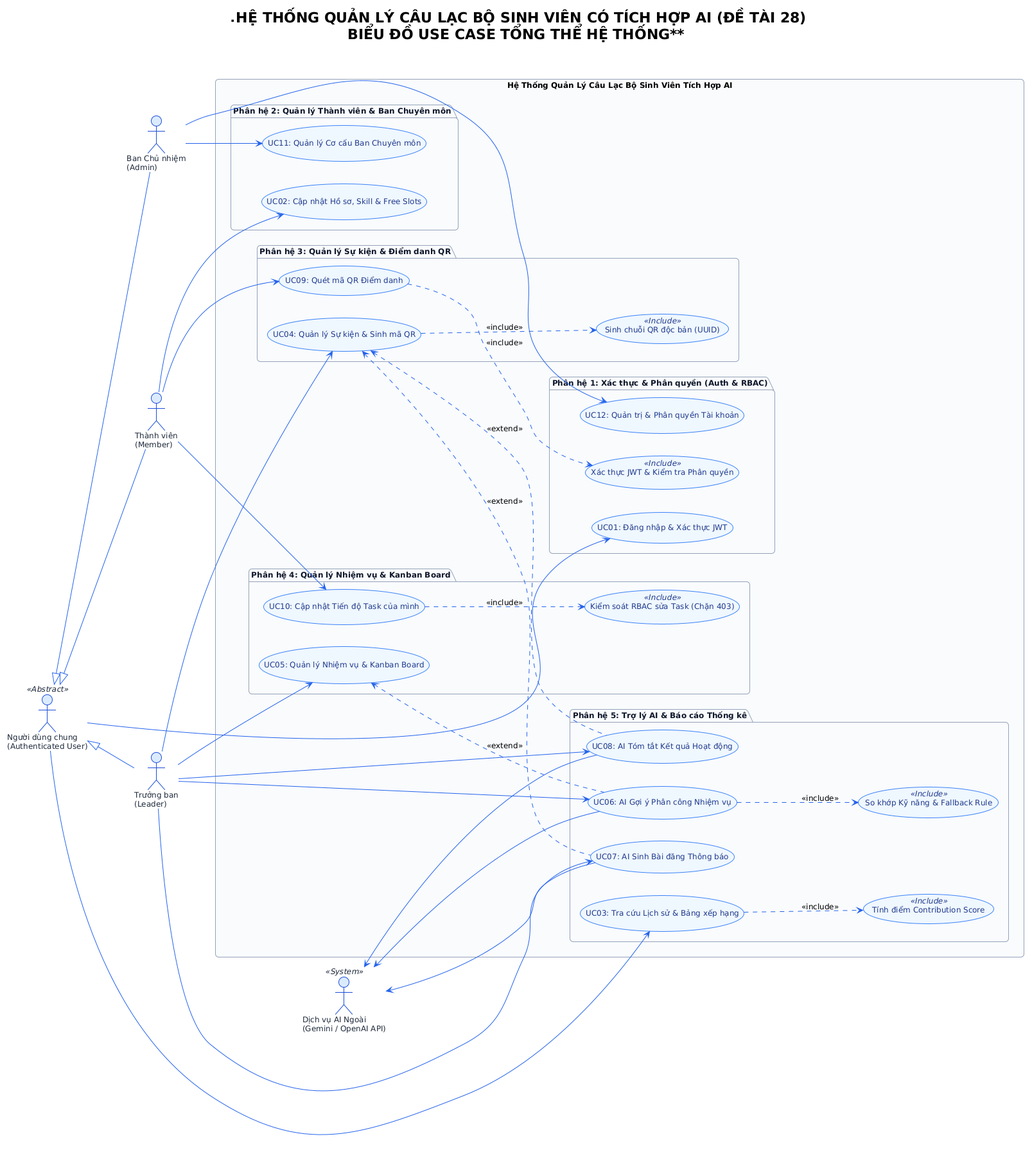
Earlier version of the PlantUML export images/usecase_overall.png (nda2801/Student_Club_Management). Its source is kept beside it as docs/plantuml/usecase_overall.puml. The source it was exported from:
```plantuml
@startuml usecase_overall
!theme plain
skinparam backgroundColor #FFFFFF
skinparam shadowing false
skinparam roundcorner 10
skinparam defaultFontName "Segoe UI"
skinparam defaultFontSize 12

skinparam package {
    BackgroundColor #F8FAFC
    BorderColor #94A3B8
    FontColor #0F172A
    FontStyle bold
}

skinparam usecase {
    BackgroundColor #EFF6FF
    BorderColor #3B82F6
    FontColor #1E3A8A
    ArrowColor #2563EB
}

skinparam actor {
    BackgroundColor #DBEAFE
    BorderColor #1D4ED8
    FontColor #1E293B
}

left to right direction
title **HỆ THỐNG QUẢN LÝ CÂU LẠC BỘ SINH VIÊN CÓ TÍCH HỢP AI (ĐỀ TÀI 28)\nBIỂU ĐỒ USE CASE TỔNG THỂ HỆ THỐNG**

actor "Người dùng chung\n(Authenticated User)" as User <<Abstract>>
actor "Ban Chủ nhiệm\n(Admin)" as Admin
actor "Trưởng ban\n(Leader)" as Leader
actor "Thành viên\n(Member)" as Member
actor "Dịch vụ AI Ngoài\n(Gemini / OpenAI API)" as AIService <<System>>

Admin -up-|> User
Leader -up-|> User
Member -up-|> User

rectangle "Hệ Thống Quản Lý Câu Lạc Bộ Sinh Viên Tích Hợp AI" {

    package "Phân hệ 1: Xác thực & Phân quyền (Auth & RBAC)" {
        usecase "UC01: Đăng nhập & Xác thực JWT" as UC01
        usecase "UC12: Quản trị & Phân quyền Tài khoản" as UC12
        usecase "Xác thực JWT & Kiểm tra Phân quyền" as UC_Auth <<Include>>
    }

    package "Phân hệ 2: Quản lý Thành viên & Ban Chuyên môn" {
        usecase "UC02: Cập nhật Hồ sơ, Skill & Free Slots" as UC02
        usecase "UC11: Quản lý Cơ cấu Ban Chuyên môn" as UC11
    }

    package "Phân hệ 3: Quản lý Sự kiện & Điểm danh QR" {
        usecase "UC04: Quản lý Sự kiện & Sinh mã QR" as UC04
        usecase "UC09: Quét mã QR Điểm danh" as UC09
        usecase "Sinh chuỗi QR độc bản (UUID)" as UC_GenQR <<Include>>
    }

    package "Phân hệ 4: Quản lý Nhiệm vụ & Kanban Board" {
        usecase "UC05: Quản lý Nhiệm vụ & Kanban Board" as UC05
        usecase "UC10: Cập nhật Tiến độ Task của mình" as UC10
        usecase "Kiểm soát RBAC sửa Task (Chặn 403)" as UC_RBAC <<Include>>
    }

    package "Phân hệ 5: Trợ lý AI & Báo cáo Thống kê" {
        usecase "UC06: AI Gợi ý Phân công Nhiệm vụ" as UC06
        usecase "UC07: AI Sinh Bài đăng Thông báo" as UC07
        usecase "UC08: AI Tóm tắt Kết quả Hoạt động" as UC08
        usecase "UC03: Tra cứu Lịch sử & Bảng xếp hạng" as UC03
        usecase "So khớp Kỹ năng & Fallback Rule" as UC_Match <<Include>>
        usecase "Tính điểm Contribution Score" as UC_Score <<Include>>
    }
}


User --> UC01
User --> UC03

Member --> UC02
Member --> UC09
Member --> UC10

Leader --> UC04
Leader --> UC05
Leader --> UC06
Leader --> UC07
Leader --> UC08

Admin --> UC11
Admin --> UC12

UC04 ..> UC_GenQR : <<include>>
UC09 ..> UC_Auth : <<include>>
UC10 ..> UC_RBAC : <<include>>
UC06 ..> UC_Match : <<include>>
UC03 ..> UC_Score : <<include>>

UC05 <.. UC06 : <<extend>>
UC04 <.. UC07 : <<extend>>
UC04 <.. UC08 : <<extend>>

AIService <-- UC06
AIService <-- UC07
AIService <-- UC08

@enduml
```
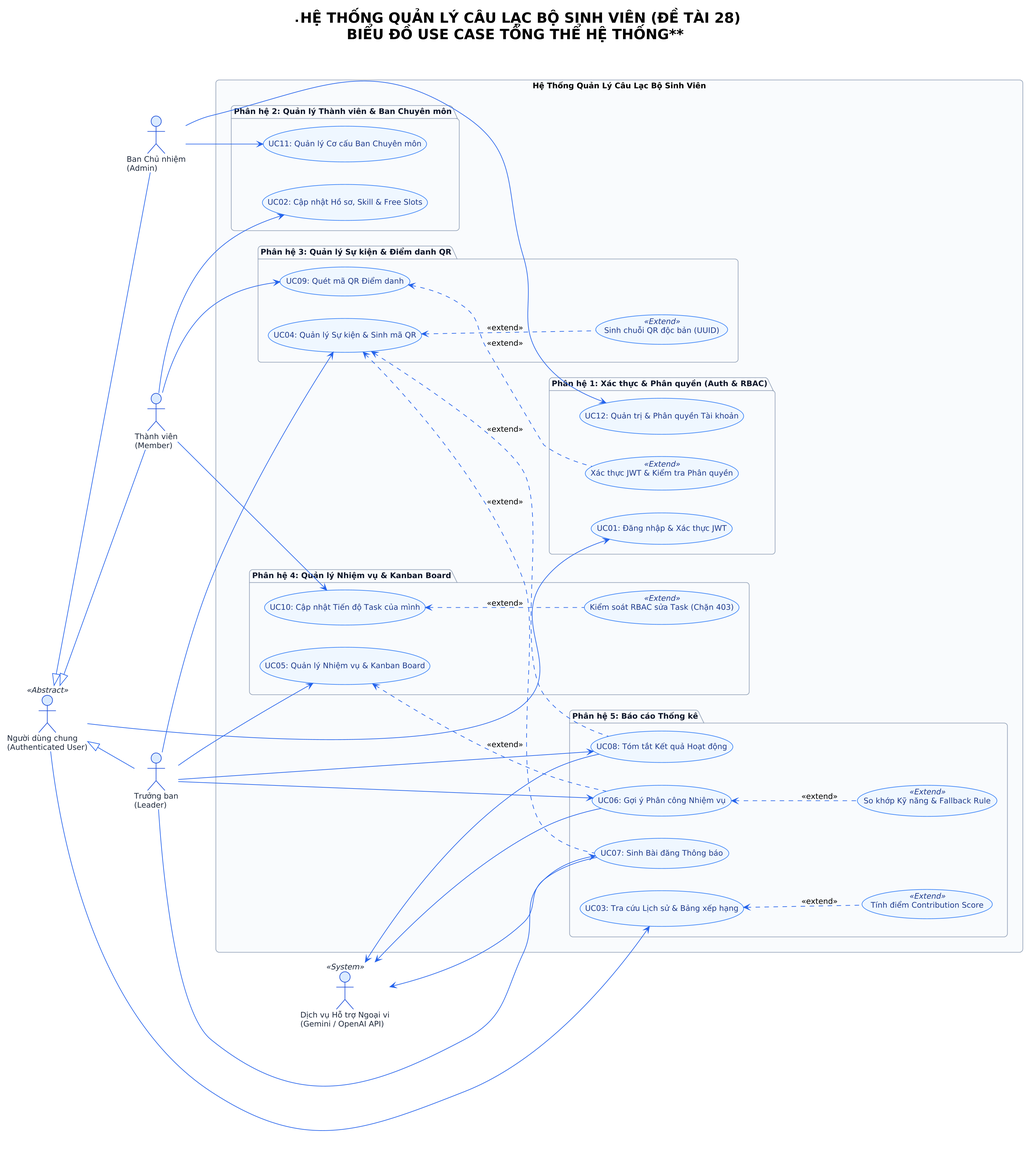
Later version of the same file.

Diff of the diagram source:
```diff
@@ -5,6 +5,7 @@
 skinparam roundcorner 10
 skinparam defaultFontName "Segoe UI"
 skinparam defaultFontSize 12
+skinparam dpi 200
 
 skinparam package {
     BackgroundColor #F8FAFC
@@ -27,24 +28,24 @@
 }
 
 left to right direction
-title **HỆ THỐNG QUẢN LÝ CÂU LẠC BỘ SINH VIÊN CÓ TÍCH HỢP AI (ĐỀ TÀI 28)\nBIỂU ĐỒ USE CASE TỔNG THỂ HỆ THỐNG**
+title **HỆ THỐNG QUẢN LÝ CÂU LẠC BỘ SINH VIÊN (ĐỀ TÀI 28)\nBIỂU ĐỒ USE CASE TỔNG THỂ HỆ THỐNG**
 
 actor "Người dùng chung\n(Authenticated User)" as User <<Abstract>>
 actor "Ban Chủ nhiệm\n(Admin)" as Admin
 actor "Trưởng ban\n(Leader)" as Leader
 actor "Thành viên\n(Member)" as Member
-actor "Dịch vụ AI Ngoài\n(Gemini / OpenAI API)" as AIService <<System>>
+actor "Dịch vụ Hỗ trợ Ngoại vi\n(Gemini / OpenAI API)" as AIService <<System>>
 
 Admin -up-|> User
 Leader -up-|> User
 Member -up-|> User
 
-rectangle "Hệ Thống Quản Lý Câu Lạc Bộ Sinh Viên Tích Hợp AI" {
+rectangle "Hệ Thống Quản Lý Câu Lạc Bộ Sinh Viên" {
 
     package "Phân hệ 1: Xác thực & Phân quyền (Auth & RBAC)" {
         usecase "UC01: Đăng nhập & Xác thực JWT" as UC01
         usecase "UC12: Quản trị & Phân quyền Tài khoản" as UC12
-        usecase "Xác thực JWT & Kiểm tra Phân quyền" as UC_Auth <<Include>>
+        usecase "Xác thực JWT & Kiểm tra Phân quyền" as UC_Auth <<Extend>>
     }
 
     package "Phân hệ 2: Quản lý Thành viên & Ban Chuyên môn" {
@@ -55,22 +56,22 @@
     package "Phân hệ 3: Quản lý Sự kiện & Điểm danh QR" {
         usecase "UC04: Quản lý Sự kiện & Sinh mã QR" as UC04
         usecase "UC09: Quét mã QR Điểm danh" as UC09
-        usecase "Sinh chuỗi QR độc bản (UUID)" as UC_GenQR <<Include>>
+        usecase "Sinh chuỗi QR độc bản (UUID)" as UC_GenQR <<Extend>>
     }
 
     package "Phân hệ 4: Quản lý Nhiệm vụ & Kanban Board" {
         usecase "UC05: Quản lý Nhiệm vụ & Kanban Board" as UC05
         usecase "UC10: Cập nhật Tiến độ Task của mình" as UC10
-        usecase "Kiểm soát RBAC sửa Task (Chặn 403)" as UC_RBAC <<Include>>
+        usecase "Kiểm soát RBAC sửa Task (Chặn 403)" as UC_RBAC <<Extend>>
     }
 
-    package "Phân hệ 5: Trợ lý AI & Báo cáo Thống kê" {
-        usecase "UC06: AI Gợi ý Phân công Nhiệm vụ" as UC06
-        usecase "UC07: AI Sinh Bài đăng Thông báo" as UC07
-        usecase "UC08: AI Tóm tắt Kết quả Hoạt động" as UC08
+    package "Phân hệ 5: Báo cáo Thống kê" {
+        usecase "UC06: Gợi ý Phân công Nhiệm vụ" as UC06
+        usecase "UC07: Sinh Bài đăng Thông báo" as UC07
+        usecase "UC08: Tóm tắt Kết quả Hoạt động" as UC08
         usecase "UC03: Tra cứu Lịch sử & Bảng xếp hạng" as UC03
-        usecase "So khớp Kỹ năng & Fallback Rule" as UC_Match <<Include>>
-        usecase "Tính điểm Contribution Score" as UC_Score <<Include>>
+        usecase "So khớp Kỹ năng & Fallback Rule" as UC_Match <<Extend>>
+        usecase "Tính điểm Contribution Score" as UC_Score <<Extend>>
     }
 }
 
@@ -91,11 +92,11 @@
 Admin --> UC11
 Admin --> UC12
 
-UC04 ..> UC_GenQR : <<include>>
-UC09 ..> UC_Auth : <<include>>
-UC10 ..> UC_RBAC : <<include>>
-UC06 ..> UC_Match : <<include>>
-UC03 ..> UC_Score : <<include>>
+UC04 <.. UC_GenQR : <<extend>>
+UC09 <.. UC_Auth : <<extend>>
+UC10 <.. UC_RBAC : <<extend>>
+UC06 <.. UC_Match : <<extend>>
+UC03 <.. UC_Score : <<extend>>
 
 UC05 <.. UC06 : <<extend>>
 UC04 <.. UC07 : <<extend>>
```
